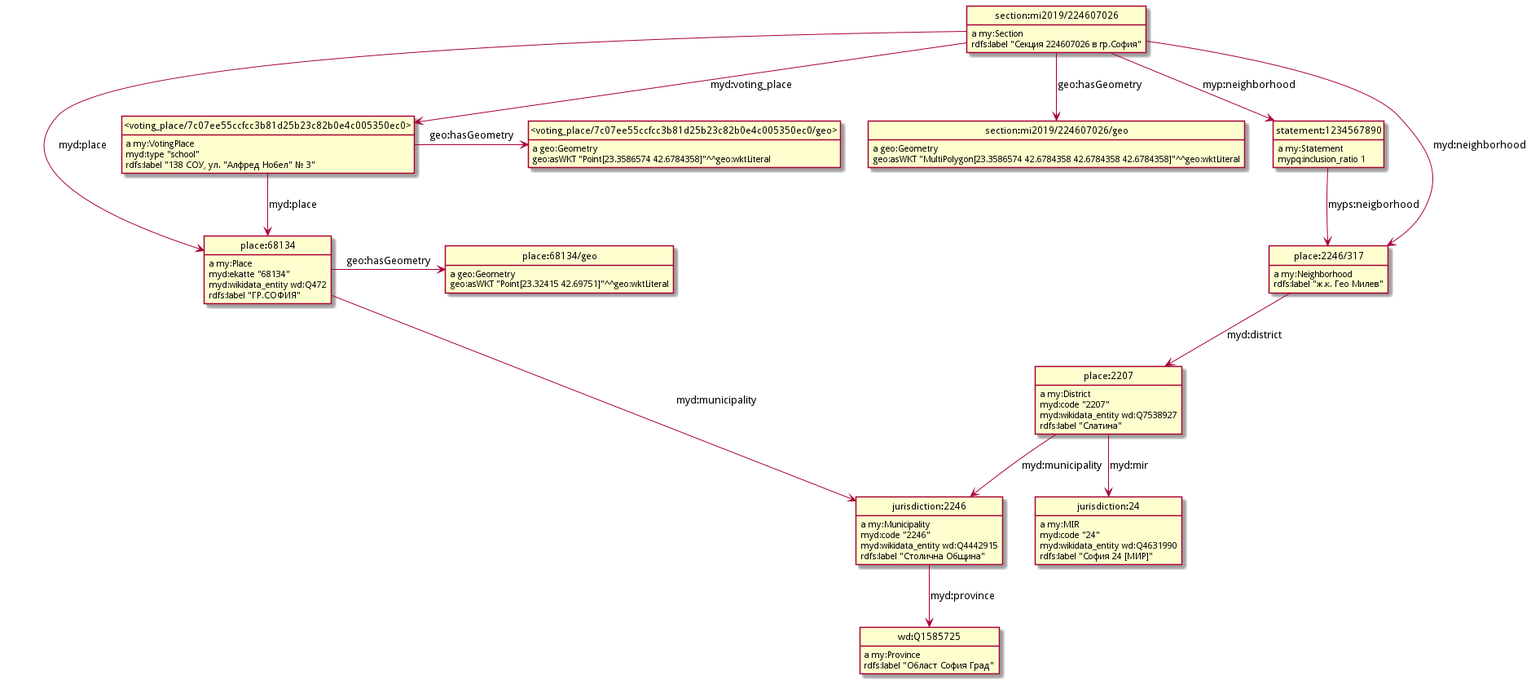
This is model/places.png from nikolatulechki/semanticElections, a PlantUML export, as it was before one commit.
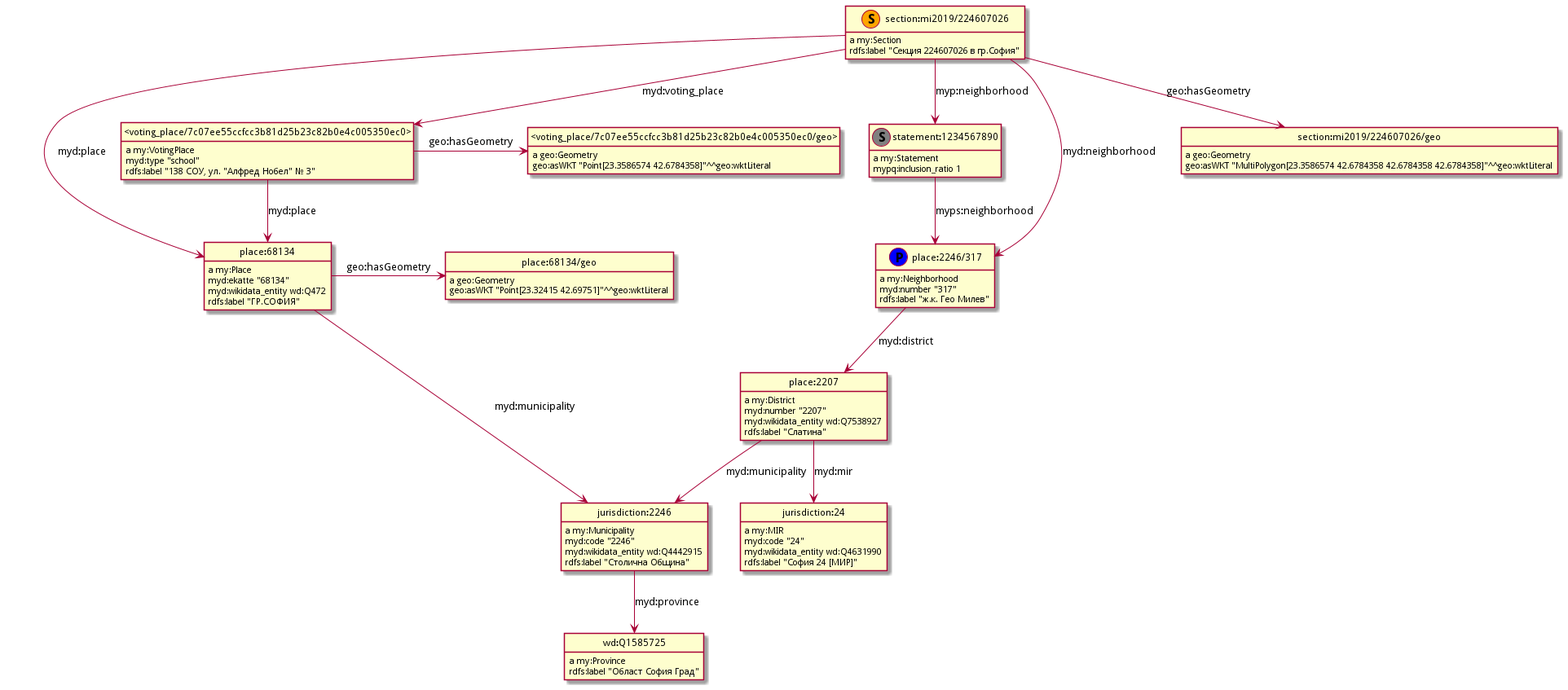
After the commit.

Change to the diagram source:
```diff
@@ -3,63 +3,70 @@
 hide empty attributes
 hide circle
 skinparam classAttributeIconSize 0
+class section_mi2019_224607026 as "section:mi2019/224607026"
+class section_mi2019_224607026 <<(S,orange)>>
+show section_mi2019_224607026 circle
+class statement_1234567890 as "statement:1234567890"
+class statement_1234567890 <<(S,gray)>>
+show statement_1234567890 circle
+class place_2246_317 as "place:2246/317"
+class place_2246_317 <<(P,blue)>>
+show place_2246_317 circle
+class jurisdiction_2246 as "jurisdiction:2246"
+jurisdiction_2246 : a my:Municipality
+class wd_Q1585725 as "wd:Q1585725"
+jurisdiction_2246 -down-> wd_Q1585725 : myd:province
+jurisdiction_2246 : myd:code "2246"
+jurisdiction_2246 : myd:wikidata_entity wd:Q4442915
+jurisdiction_2246 : rdfs:label "Столична Община"
+class place_68134_geo as "place:68134/geo"
+place_68134_geo : a geo:Geometry
+place_68134_geo : geo:asWKT "Point[23.32415 42.69751]"^^geo:wktLiteral
+class place_68134 as "place:68134"
+place_68134 : a my:Place
+place_68134 -right-> place_68134_geo : geo:hasGeometry
+place_68134 -down-> jurisdiction_2246 : myd:municipality
+place_68134 : myd:ekatte "68134"
+place_68134 : myd:wikidata_entity wd:Q472
+place_68134 : rdfs:label "ГР.СОФИЯ"
+wd_Q1585725 : a my:Province
+wd_Q1585725 : rdfs:label "Област София Град"
+statement_1234567890 : a my:Statement
+statement_1234567890 -down-> place_2246_317 : myps:neighborhood
+statement_1234567890 : mypq:inclusion_ratio 1
+section_mi2019_224607026 : a my:Section
+class _voting_place_7c07ee55ccfcc3b81d25b23c82b0e4c005350ec0_ as "<voting_place/7c07ee55ccfcc3b81d25b23c82b0e4c005350ec0>"
+section_mi2019_224607026 -down-> _voting_place_7c07ee55ccfcc3b81d25b23c82b0e4c005350ec0_ : myd:voting_place
+section_mi2019_224607026 -down-> place_68134 : myd:place
+section_mi2019_224607026 -down-> statement_1234567890 : myp:neighborhood
+section_mi2019_224607026 -down-> place_2246_317 : myd:neighborhood
+class section_mi2019_224607026_geo as "section:mi2019/224607026/geo"
+section_mi2019_224607026 -down-> section_mi2019_224607026_geo : geo:hasGeometry
+section_mi2019_224607026 : rdfs:label "Секция 224607026 в гр.София"
+place_2246_317 : a my:Neighborhood
+class place_2207 as "place:2207"
+place_2246_317 -down-> place_2207 : myd:district
+place_2246_317 : myd:number "317"
+place_2246_317 : rdfs:label "ж.к. Гео Милев"
 class jurisdiction_24 as "jurisdiction:24"
 jurisdiction_24 : a my:MIR
 jurisdiction_24 : myd:code "24"
 jurisdiction_24 : myd:wikidata_entity wd:Q4631990
 jurisdiction_24 : rdfs:label "София 24 [МИР]"
-class place_2207 as "place:2207"
-place_2207 : a my:District
-class jurisdiction_2246 as "jurisdiction:2246"
-place_2207 -down-> jurisdiction_2246 : myd:municipality
-place_2207 -down-> jurisdiction_24 : myd:mir
-place_2207 : myd:code "2207"
-place_2207 : myd:wikidata_entity wd:Q7538927
-place_2207 : rdfs:label "Слатина"
-class place_68134 as "place:68134"
-place_68134 : a my:Place
-place_68134 -down-> jurisdiction_2246 : myd:municipality
-class place_68134_geo as "place:68134/geo"
-place_68134 -right-> place_68134_geo : geo:hasGeometry
-place_68134 : myd:ekatte "68134"
-place_68134 : myd:wikidata_entity wd:Q472
-place_68134 : rdfs:label "ГР.СОФИЯ"
+section_mi2019_224607026_geo : a geo:Geometry
+section_mi2019_224607026_geo : geo:asWKT "MultiPolygon[23.3586574 42.6784358 42.6784358 42.6784358]"^^geo:wktLiteral
 class _voting_place_7c07ee55ccfcc3b81d25b23c82b0e4c005350ec0_geo_ as "<voting_place/7c07ee55ccfcc3b81d25b23c82b0e4c005350ec0/geo>"
 _voting_place_7c07ee55ccfcc3b81d25b23c82b0e4c005350ec0_geo_ : a geo:Geometry
 _voting_place_7c07ee55ccfcc3b81d25b23c82b0e4c005350ec0_geo_ : geo:asWKT "Point[23.3586574 42.6784358]"^^geo:wktLiteral
-class wd_Q1585725 as "wd:Q1585725"
-wd_Q1585725 : a my:Province
-wd_Q1585725 : rdfs:label "Област София Град"
-class _voting_place_7c07ee55ccfcc3b81d25b23c82b0e4c005350ec0_ as "<voting_place/7c07ee55ccfcc3b81d25b23c82b0e4c005350ec0>"
 _voting_place_7c07ee55ccfcc3b81d25b23c82b0e4c005350ec0_ : a my:VotingPlace
 _voting_place_7c07ee55ccfcc3b81d25b23c82b0e4c005350ec0_ -right-> _voting_place_7c07ee55ccfcc3b81d25b23c82b0e4c005350ec0_geo_ : geo:hasGeometry
 _voting_place_7c07ee55ccfcc3b81d25b23c82b0e4c005350ec0_ -down-> place_68134 : myd:place
 _voting_place_7c07ee55ccfcc3b81d25b23c82b0e4c005350ec0_ : myd:type "school"
 _voting_place_7c07ee55ccfcc3b81d25b23c82b0e4c005350ec0_ : rdfs:label "138 СОУ, ул. "Алфред Нобел" № 3"
-jurisdiction_2246 : a my:Municipality
-jurisdiction_2246 -down-> wd_Q1585725 : myd:province
-jurisdiction_2246 : myd:code "2246"
-jurisdiction_2246 : myd:wikidata_entity wd:Q4442915
-jurisdiction_2246 : rdfs:label "Столична Община"
-class section_mi2019_224607026_geo as "section:mi2019/224607026/geo"
-section_mi2019_224607026_geo : a geo:Geometry
-section_mi2019_224607026_geo : geo:asWKT "MultiPolygon[23.3586574 42.6784358 42.6784358 42.6784358]"^^geo:wktLiteral
-class section_mi2019_224607026 as "section:mi2019/224607026"
-section_mi2019_224607026 : a my:Section
-section_mi2019_224607026 -down-> section_mi2019_224607026_geo : geo:hasGeometry
-section_mi2019_224607026 -down-> _voting_place_7c07ee55ccfcc3b81d25b23c82b0e4c005350ec0_ : myd:voting_place
-section_mi2019_224607026 -down-> place_68134 : myd:place
-class statement_1234567890 as "statement:1234567890"
-section_mi2019_224607026 -down-> statement_1234567890 : myp:neighborhood
-class place_2246_317 as "place:2246/317"
-section_mi2019_224607026 -down-> place_2246_317 : myd:neighborhood
-section_mi2019_224607026 : rdfs:label "Секция 224607026 в гр.София"
-place_68134_geo : a geo:Geometry
-place_68134_geo : geo:asWKT "Point[23.32415 42.69751]"^^geo:wktLiteral
-place_2246_317 : a my:Neighborhood
-place_2246_317 -down-> place_2207 : myd:district
-place_2246_317 : rdfs:label "ж.к. Гео Милев"
-statement_1234567890 : a my:Statement
-statement_1234567890 -down-> place_2246_317 : myps:neigborhood
-statement_1234567890 : mypq:inclusion_ratio 1
+place_2207 : a my:District
+place_2207 -down-> jurisdiction_24 : myd:mir
+place_2207 -down-> jurisdiction_2246 : myd:municipality
+place_2207 : myd:number "2207"
+place_2207 : myd:wikidata_entity wd:Q7538927
+place_2207 : rdfs:label "Слатина"
 @enduml
```
